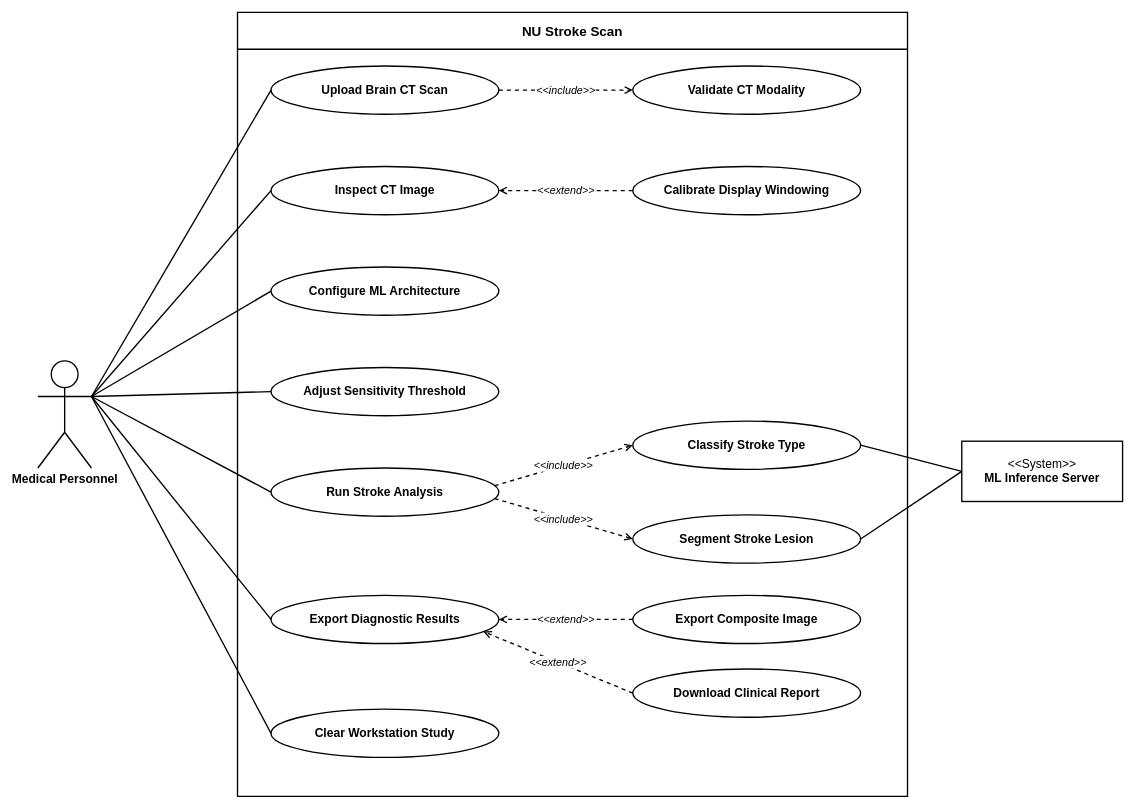
Earlier version of the draw.io diagram usecase-diagram.drawio (Cell1991/nu-stroke-scan). Source tidied: cells renumbered, new cells numbered last; positions are measured from the earlier drawing's top-left corner, leaving out a move shared by most shapes. Both pictures are drawn from the tidied source at 67%, with x=0, y=0 at pixel (38, 12).
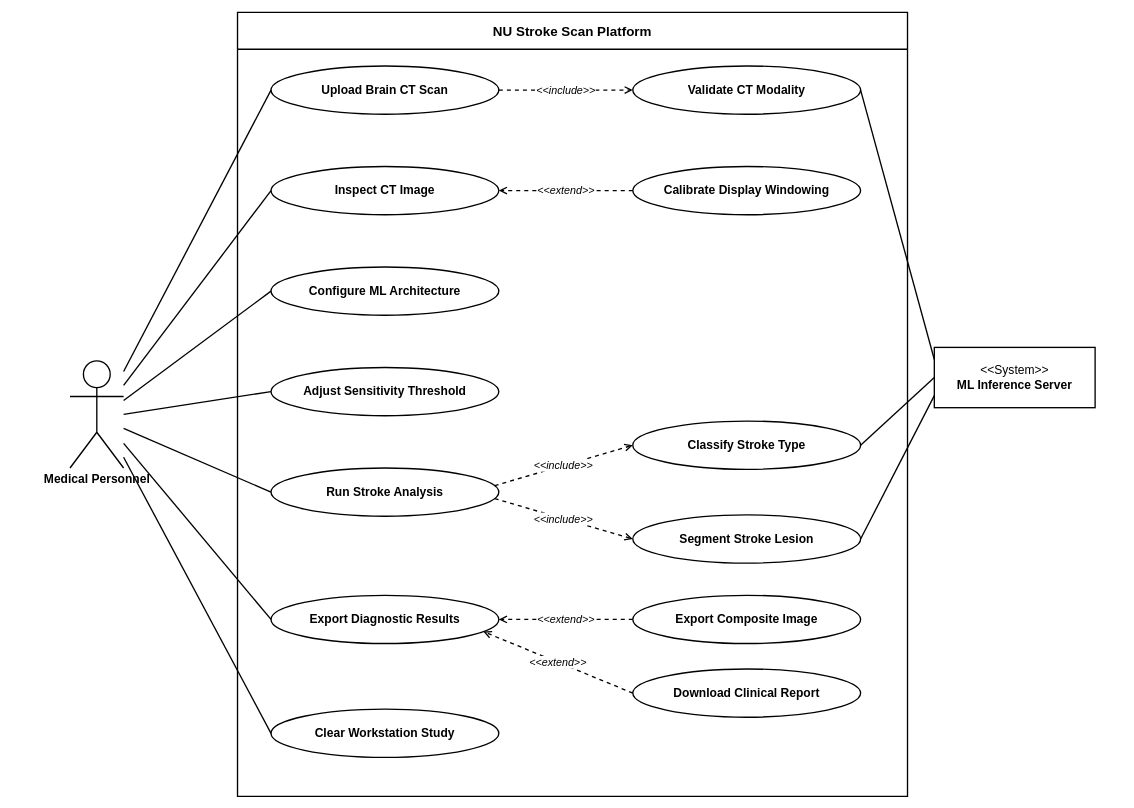
Above is the later version.

Commit message:
docs: connect ML Inference Server to Validate CT Modality in use case diagram

The change refers to these unchanged cells:
```xml
<mxCell id="3" value="Upload Brain CT Scan" style="ellipse;whiteSpace=wrap;html=1;fillColor=#FFFFFF;strokeColor=#000000;strokeWidth=2;fontColor=#000000;fontFamily=Arial;fontStyle=1;fontSize=18;" parent="1" vertex="1">
  <mxGeometry x="348" y="80" width="340" height="72" as="geometry" />
</mxCell>
<mxCell id="4" value="Inspect CT Image" style="ellipse;whiteSpace=wrap;html=1;fillColor=#FFFFFF;strokeColor=#000000;strokeWidth=2;fontColor=#000000;fontFamily=Arial;fontStyle=1;fontSize=18;" parent="1" vertex="1">
  <mxGeometry x="348" y="230" width="340" height="72" as="geometry" />
</mxCell>
<mxCell id="5" value="Configure ML Architecture" style="ellipse;whiteSpace=wrap;html=1;fillColor=#FFFFFF;strokeColor=#000000;strokeWidth=2;fontColor=#000000;fontFamily=Arial;fontStyle=1;fontSize=18;" parent="1" vertex="1">
  <mxGeometry x="348" y="380" width="340" height="72" as="geometry" />
</mxCell>
<mxCell id="6" value="Adjust Sensitivity Threshold" style="ellipse;whiteSpace=wrap;html=1;fillColor=#FFFFFF;strokeColor=#000000;strokeWidth=2;fontColor=#000000;fontFamily=Arial;fontStyle=1;fontSize=18;" parent="1" vertex="1">
  <mxGeometry x="348" y="530" width="340" height="72" as="geometry" />
</mxCell>
<mxCell id="7" value="Run Stroke Analysis" style="ellipse;whiteSpace=wrap;html=1;fillColor=#FFFFFF;strokeColor=#000000;strokeWidth=2;fontColor=#000000;fontFamily=Arial;fontStyle=1;fontSize=18;" parent="1" vertex="1">
  <mxGeometry x="348" y="680" width="340" height="72" as="geometry" />
</mxCell>
<mxCell id="8" value="Export Diagnostic Results" style="ellipse;whiteSpace=wrap;html=1;fillColor=#FFFFFF;strokeColor=#000000;strokeWidth=2;fontColor=#000000;fontFamily=Arial;fontStyle=1;fontSize=18;" parent="1" vertex="1">
  <mxGeometry x="348" y="870" width="340" height="72" as="geometry" />
</mxCell>
<mxCell id="9" value="Clear Workstation Study" style="ellipse;whiteSpace=wrap;html=1;fillColor=#FFFFFF;strokeColor=#000000;strokeWidth=2;fontColor=#000000;fontFamily=Arial;fontStyle=1;fontSize=18;" parent="1" vertex="1">
  <mxGeometry x="348" y="1040" width="340" height="72" as="geometry" />
</mxCell>
<mxCell id="10" value="Validate CT Modality" style="ellipse;whiteSpace=wrap;html=1;fillColor=#FFFFFF;strokeColor=#000000;strokeWidth=2;fontColor=#000000;fontFamily=Arial;fontStyle=1;fontSize=18;" parent="1" vertex="1">
  <mxGeometry x="888" y="80" width="340" height="72" as="geometry" />
</mxCell>
<mxCell id="12" value="Classify Stroke Type" style="ellipse;whiteSpace=wrap;html=1;fillColor=#FFFFFF;strokeColor=#000000;strokeWidth=2;fontColor=#000000;fontFamily=Arial;fontStyle=1;fontSize=18;" parent="1" vertex="1">
  <mxGeometry x="888" y="610" width="340" height="72" as="geometry" />
</mxCell>
<mxCell id="13" value="Segment Stroke Lesion" style="ellipse;whiteSpace=wrap;html=1;fillColor=#FFFFFF;strokeColor=#000000;strokeWidth=2;fontColor=#000000;fontFamily=Arial;fontStyle=1;fontSize=18;" parent="1" vertex="1">
  <mxGeometry x="888" y="750" width="340" height="72" as="geometry" />
</mxCell>
```

Diff of the diagram source:
```diff
@@
-    <mxCell id="2" value="NU Stroke Scan" style="swimlane;whiteSpace=wrap;html=1;startSize=55;fillColor=#FFFFFF;strokeColor=#000000;strokeWidth=2;fontColor=#000000;fontFamily=Arial;fontStyle=1;fontSize=20;rounded=0;" parent="1" vertex="1">
+    <mxCell id="2" value="NU Stroke Scan Platform" style="swimlane;whiteSpace=wrap;html=1;startSize=55;fillColor=#FFFFFF;strokeColor=#000000;strokeWidth=2;fontColor=#000000;fontFamily=Arial;fontStyle=1;fontSize=20;rounded=0;" parent="1" vertex="1">
       <mxGeometry x="298" width="1000" height="1170" as="geometry" />
     </mxCell>
@@
     <mxCell id="16" value="Medical Personnel" style="shape=umlActor;verticalLabelPosition=bottom;verticalAlign=top;html=1;outlineConnect=0;fillColor=#FFFFFF;strokeColor=#000000;strokeWidth=2;fontColor=#000000;fontFamily=Arial;fontStyle=1;fontSize=18;" parent="1" vertex="1">
-      <mxGeometry y="520" width="80" height="160" as="geometry" />
+      <mxGeometry x="48" y="520" width="80" height="160" as="geometry" />
     </mxCell>
     <mxCell id="17" value="&amp;lt;&amp;lt;System&amp;gt;&amp;gt;&lt;br&gt;&lt;b&gt;ML Inference Server&lt;/b&gt;" style="shape=rectangle;whiteSpace=wrap;html=1;fillColor=#FFFFFF;strokeColor=#000000;strokeWidth=2;fontColor=#000000;fontFamily=Arial;fontSize=18;align=center;" parent="1" vertex="1">
-      <mxGeometry x="1379" y="640" width="240" height="90" as="geometry" />
+      <mxGeometry x="1338" y="500" width="240" height="90" as="geometry" />
     </mxCell>
-    <mxCell id="18" style="endArrow=none;strokeColor=#000000;strokeWidth=2;exitX=1;exitY=0.3333333333333333;entryX=0;entryY=0.5;exitDx=0;exitDy=0;exitPerimeter=0;" parent="1" edge="1" source="16" target="3">
+    <mxCell id="18" style="endArrow=none;strokeColor=#000000;strokeWidth=2;exitX=1;exitY=0.1;entryX=0;entryY=0.5;" parent="1" edge="1" source="16" target="3">
       <mxGeometry relative="1" as="geometry" />
     </mxCell>
-    <mxCell id="19" style="endArrow=none;strokeColor=#000000;strokeWidth=2;exitX=1;exitY=0.3333333333333333;entryX=0;entryY=0.5;exitDx=0;exitDy=0;exitPerimeter=0;" parent="1" edge="1" source="16" target="4">
+    <mxCell id="19" style="endArrow=none;strokeColor=#000000;strokeWidth=2;exitX=1;exitY=0.23;entryX=0;entryY=0.5;" parent="1" edge="1" source="16" target="4">
       <mxGeometry relative="1" as="geometry" />
     </mxCell>
-    <mxCell id="20" style="endArrow=none;strokeColor=#000000;strokeWidth=2;exitX=1;exitY=0.3333333333333333;entryX=0;entryY=0.5;exitDx=0;exitDy=0;exitPerimeter=0;" parent="1" edge="1" source="16" target="5">
+    <mxCell id="20" style="endArrow=none;strokeColor=#000000;strokeWidth=2;exitX=1;exitY=0.37;entryX=0;entryY=0.5;" parent="1" edge="1" source="16" target="5">
       <mxGeometry relative="1" as="geometry" />
     </mxCell>
-    <mxCell id="21" style="endArrow=none;strokeColor=#000000;strokeWidth=2;exitX=1;exitY=0.3333333333333333;entryX=0;entryY=0.5;exitDx=0;exitDy=0;exitPerimeter=0;" parent="1" edge="1" source="16" target="6">
+    <mxCell id="21" style="endArrow=none;strokeColor=#000000;strokeWidth=2;exitX=1;exitY=0.5;entryX=0;entryY=0.5;" parent="1" edge="1" source="16" target="6">
       <mxGeometry relative="1" as="geometry" />
     </mxCell>
-    <mxCell id="22" style="endArrow=none;strokeColor=#000000;strokeWidth=2;exitX=1;exitY=0.3333333333333333;entryX=0;entryY=0.5;exitDx=0;exitDy=0;exitPerimeter=0;" parent="1" edge="1" source="16" target="7">
+    <mxCell id="22" style="endArrow=none;strokeColor=#000000;strokeWidth=2;exitX=1;exitY=0.63;entryX=0;entryY=0.5;" parent="1" edge="1" source="16" target="7">
       <mxGeometry relative="1" as="geometry" />
     </mxCell>
-    <mxCell id="23" style="endArrow=none;strokeColor=#000000;strokeWidth=2;exitX=1;exitY=0.3333333333333333;entryX=0;entryY=0.5;exitDx=0;exitDy=0;exitPerimeter=0;" parent="1" edge="1" source="16" target="8">
+    <mxCell id="23" style="endArrow=none;strokeColor=#000000;strokeWidth=2;exitX=1;exitY=0.77;entryX=0;entryY=0.5;" parent="1" edge="1" source="16" target="8">
       <mxGeometry relative="1" as="geometry" />
     </mxCell>
-    <mxCell id="24" style="endArrow=none;strokeColor=#000000;strokeWidth=2;exitX=1;exitY=0.3333333333333333;entryX=0;entryY=0.5;exitDx=0;exitDy=0;exitPerimeter=0;" parent="1" edge="1" source="16" target="9">
+    <mxCell id="24" style="endArrow=none;strokeColor=#000000;strokeWidth=2;exitX=1;exitY=0.9;entryX=0;entryY=0.5;" parent="1" edge="1" source="16" target="9">
       <mxGeometry relative="1" as="geometry" />
     </mxCell>
@@
+    <mxCell id="33" style="endArrow=none;strokeColor=#000000;strokeWidth=2;exitX=0;exitY=0.2;entryX=1;entryY=0.5;" parent="1" edge="1" source="17" target="10">
+      <mxGeometry relative="1" as="geometry" />
+    </mxCell>
-    <mxCell id="31" style="endArrow=none;strokeColor=#000000;strokeWidth=2;exitX=0;exitY=0.5;entryX=1;entryY=0.5;exitDx=0;exitDy=0;" parent="1" edge="1" source="17" target="12">
+    <mxCell id="31" style="endArrow=none;strokeColor=#000000;strokeWidth=2;exitX=0;exitY=0.5;entryX=1;entryY=0.5;" parent="1" edge="1" source="17" target="12">
       <mxGeometry relative="1" as="geometry" />
     </mxCell>
-    <mxCell id="32" style="endArrow=none;strokeColor=#000000;strokeWidth=2;exitX=0;exitY=0.5;entryX=1;entryY=0.5;exitDx=0;exitDy=0;" parent="1" edge="1" source="17" target="13">
+    <mxCell id="32" style="endArrow=none;strokeColor=#000000;strokeWidth=2;exitX=0;exitY=0.8;entryX=1;entryY=0.5;" parent="1" edge="1" source="17" target="13">
       <mxGeometry relative="1" as="geometry" />
     </mxCell>
```
